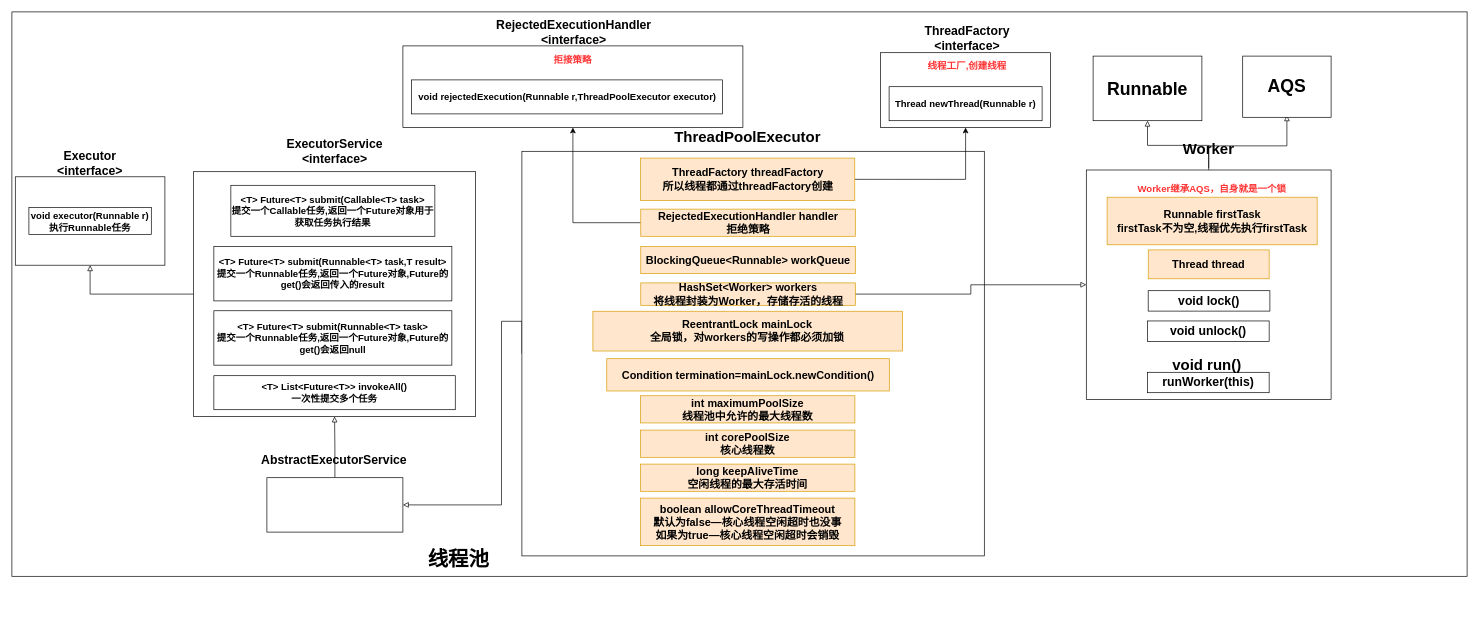
hxq191830060/Hxq-Note keeps this draw.io diagram as Notes/Java/Java并发编程/drawio/ThreadPoolExecutor.drawio. Above is the earlier version. Source tidied: cells renumbered, new cells numbered last; positions are measured from the earlier drawing's top-left corner, leaving out a move shared by most shapes. Both pictures are drawn from the tidied source at 68%, with x=0, y=0 at pixel (12, 12).
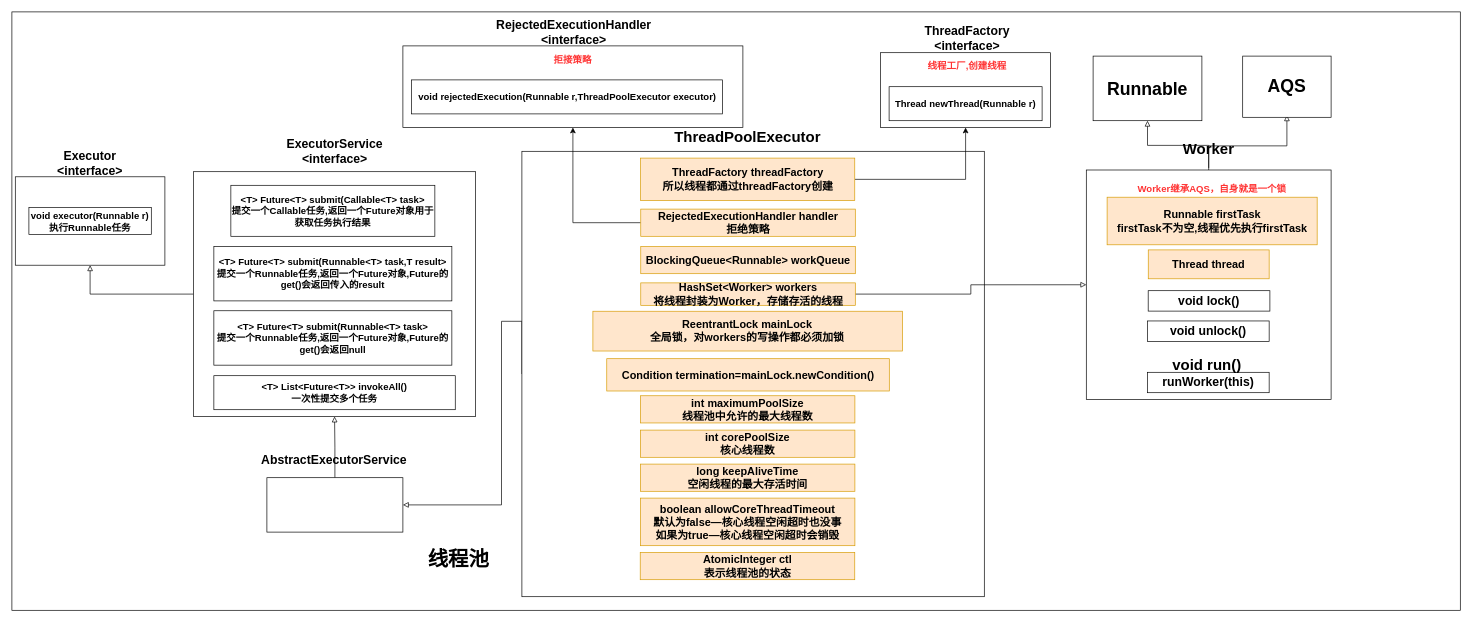
The same diagram, later.

The edit, as a diff of the source:
```diff
@@
     <mxCell id="2" style="rounded=0;whiteSpace=wrap;html=1;" parent="1" vertex="1">
-      <mxGeometry width="2140" height="830" as="geometry" />
+      <mxGeometry width="2130" height="880" as="geometry" />
     </mxCell>
@@
     <mxCell id="17" style="rounded=0;whiteSpace=wrap;html=1;" parent="1" vertex="1">
-      <mxGeometry x="750" y="205" width="680" height="595" as="geometry" />
+      <mxGeometry x="750" y="205" width="680" height="655" as="geometry" />
     </mxCell>
@@
+    <mxCell id="54" value="&lt;b&gt;&lt;font style=&quot;font-size: 16px&quot;&gt;AtomicInteger ctl&lt;br&gt;表示线程池的状态&lt;br&gt;&lt;/font&gt;&lt;/b&gt;" style="rounded=0;whiteSpace=wrap;html=1;fillColor=#ffe6cc;strokeColor=#d79b00;" parent="1" vertex="1">
+      <mxGeometry x="924" y="795" width="315.5" height="40" as="geometry" />
+    </mxCell>
```
